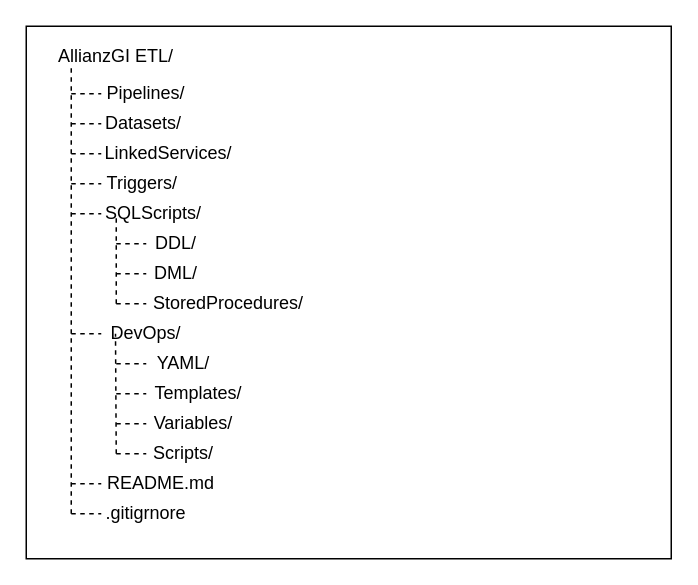
This is repo structure.drawio from Sri-git-acc/python, a draw.io file, before an edit. Source tidied: cells renumbered, new cells numbered last; positions are measured from the earlier drawing's top-left corner, leaving out a move shared by most shapes. Both pictures are drawn from the tidied source at 150%, with x=0, y=0 at pixel (26, 26).
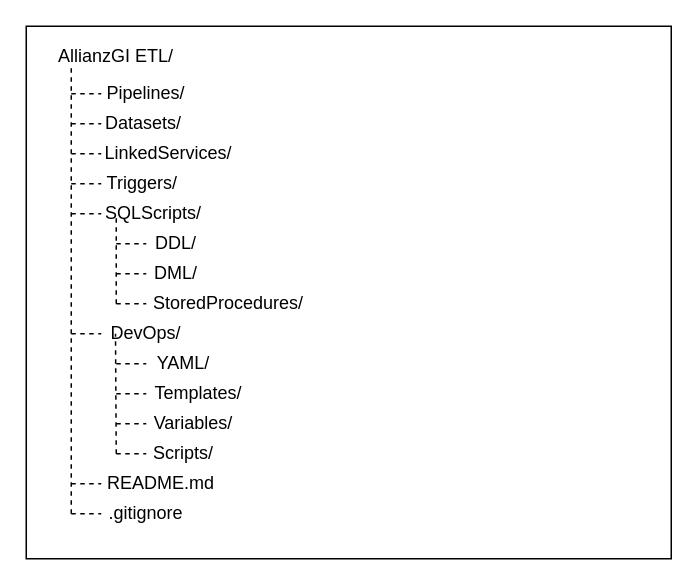
The same diagram, later.

The edit, as a diff of the source:
```diff
@@
-    <mxCell id="34" value=".gitigrnore" style="text;html=1;whiteSpace=wrap;strokeColor=none;fillColor=none;align=center;verticalAlign=middle;rounded=0;" parent="1" vertex="1">
+    <mxCell id="34" value=".gitignore" style="text;html=1;whiteSpace=wrap;strokeColor=none;fillColor=none;align=center;verticalAlign=middle;rounded=0;" parent="1" vertex="1">
       <mxGeometry x="50" y="315" width="60" height="20" as="geometry" />
     </mxCell>
```
